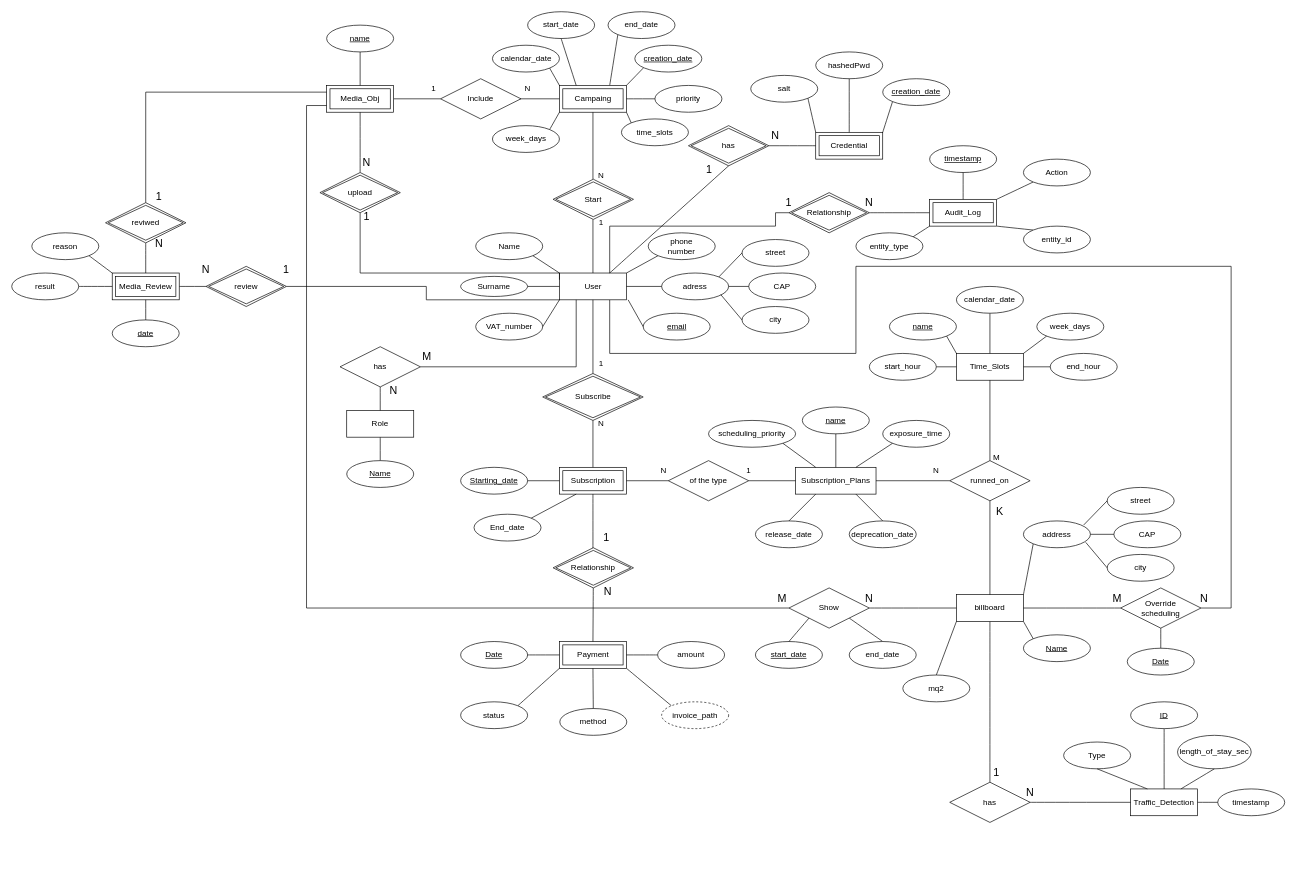
Above: Diagrams/DB_ER_schema.drawio in alessandrocalab/PiazzAD (draw.io), before the change. Source tidied: cells renumbered, new cells numbered last; positions are measured from the earlier drawing's top-left corner, leaving out a move shared by most shapes. Both pictures are drawn from the tidied source at 67%, with x=0, y=0 at pixel (11, 11).
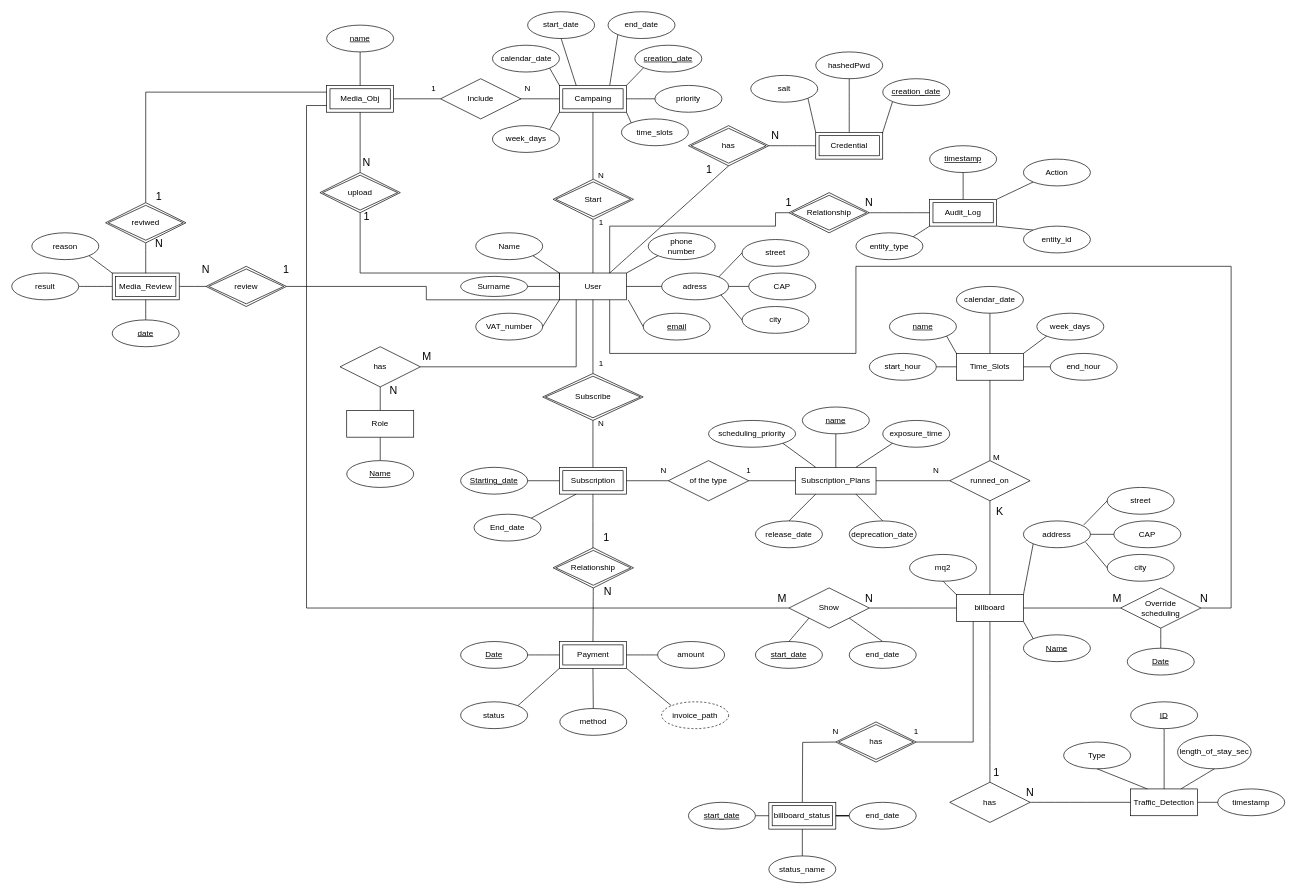
Above is the later version.

Commit message (it also covers changes not shown here):
added exceptions in core and Billboard class

The change refers to these unchanged cells:
```xml
<mxCell id="113" value="billboard" style="whiteSpace=wrap;html=1;align=center;" parent="1" vertex="1">
  <mxGeometry x="1410" y="870" width="100" height="40" as="geometry" />
</mxCell>
```

What changed in the source:
```diff
@@
     <mxCell id="134" value="mq2" style="ellipse;whiteSpace=wrap;html=1;align=center;" parent="1" vertex="1">
-      <mxGeometry x="1330" y="990" width="100" height="40" as="geometry" />
+      <mxGeometry x="1340" y="810" width="100" height="40" as="geometry" />
     </mxCell>
-    <mxCell id="135" style="endArrow=none;html=1;rounded=0;fontSize=12;defaultLabelBackgroundColor=page;startSize=8;endSize=8;curved=1;exitX=0.5;exitY=0;exitDx=0;exitDy=0;entryX=0;entryY=1;entryDx=0;entryDy=0;" parent="1" edge="1" source="134" target="113">
+    <mxCell id="135" style="endArrow=none;html=1;rounded=0;fontSize=12;defaultLabelBackgroundColor=page;startSize=8;endSize=8;curved=1;exitX=0.5;exitY=1;exitDx=0;exitDy=0;entryX=0;entryY=0;entryDx=0;entryDy=0;" parent="1" edge="1" source="134" target="113">
       <mxGeometry relative="1" as="geometry" />
     </mxCell>
@@
+    <mxCell id="208" style="edgeStyle=orthogonalEdgeStyle;rounded=0;orthogonalLoop=1;jettySize=auto;html=1;exitX=0;exitY=0.5;exitDx=0;exitDy=0;entryX=0.5;entryY=0;entryDx=0;entryDy=0;defaultLabelBackgroundColor=page;labelPadding=0 4;endArrow=none;endFill=0;" parent="1" edge="1">
+      <mxGeometry relative="1" as="geometry">
+        <mxPoint x="1230" y="1090" as="sourcePoint" />
+        <mxPoint x="1180" y="1180" as="targetPoint" />
+      </mxGeometry>
+    </mxCell>
+    <mxCell id="209" style="edgeStyle=orthogonalEdgeStyle;rounded=0;jettySize=auto;html=1;exitX=1;exitY=0.5;exitDx=0;exitDy=0;entryX=0.25;entryY=1;entryDx=0;entryDy=0;defaultLabelBackgroundColor=page;labelPadding=0 4;endArrow=none;endFill=0;" parent="1" edge="1" source="210" target="113">
+      <mxGeometry relative="1" as="geometry" />
+    </mxCell>
+    <mxCell id="210" value="has" style="shape=rhombus;double=1;perimeter=rhombusPerimeter;whiteSpace=wrap;html=1;align=center;" parent="1" vertex="1">
+      <mxGeometry x="1230" y="1060" width="120" height="60" as="geometry" />
+    </mxCell>
+    <mxCell id="211" value="billboard_status" style="shape=ext;margin=3;double=1;whiteSpace=wrap;html=1;align=center;" parent="1" vertex="1">
+      <mxGeometry x="1130" y="1180" width="100" height="40" as="geometry" />
+    </mxCell>
+    <mxCell id="212" value="1" style="text;html=1;whiteSpace=wrap;strokeColor=none;fillColor=none;align=center;verticalAlign=middle;rounded=0;" parent="1" vertex="1">
+      <mxGeometry x="1320" y="1060" width="60" height="30" as="geometry" />
+    </mxCell>
+    <mxCell id="213" value="N" style="text;html=1;whiteSpace=wrap;strokeColor=none;fillColor=none;align=center;verticalAlign=middle;rounded=0;" parent="1" vertex="1">
+      <mxGeometry x="1200" y="1060" width="60" height="30" as="geometry" />
+    </mxCell>
+    <mxCell id="214" style="edgeStyle=orthogonalEdgeStyle;rounded=0;jettySize=auto;html=1;exitX=1;exitY=0.5;exitDx=0;exitDy=0;entryX=0;entryY=0.5;entryDx=0;entryDy=0;defaultLabelBackgroundColor=page;labelPadding=0 4;endArrow=none;endFill=0;" parent="1" edge="1" source="215" target="211">
+      <mxGeometry relative="1" as="geometry" />
+    </mxCell>
+    <mxCell id="215" value="start_date" style="ellipse;whiteSpace=wrap;html=1;align=center;fontStyle=20;" parent="1" vertex="1">
+      <mxGeometry x="1010" y="1180" width="100" height="40" as="geometry" />
+    </mxCell>
+    <mxCell id="216" style="edgeStyle=orthogonalEdgeStyle;rounded=0;jettySize=auto;html=1;exitX=0;exitY=0.5;exitDx=0;exitDy=0;defaultLabelBackgroundColor=page;labelPadding=0 4;endArrow=none;endFill=0;" parent="1" edge="1" source="217" target="211">
+      <mxGeometry x="0.67" relative="1" as="geometry" />
+    </mxCell>
+    <mxCell id="217" value="end_date" style="ellipse;whiteSpace=wrap;html=1;align=center;" parent="1" vertex="1">
+      <mxGeometry x="1250" y="1180" width="100" height="40" as="geometry" />
+    </mxCell>
+    <mxCell id="218" style="edgeStyle=orthogonalEdgeStyle;rounded=0;jettySize=auto;html=1;exitX=0.5;exitY=0;exitDx=0;exitDy=0;entryX=0.5;entryY=1;entryDx=0;entryDy=0;defaultLabelBackgroundColor=page;labelPadding=0 4;endArrow=none;endFill=0;" parent="1" edge="1" source="219" target="211">
+      <mxGeometry relative="1" as="geometry" />
+    </mxCell>
+    <mxCell id="219" value="status_name" style="ellipse;whiteSpace=wrap;html=1;align=center;" parent="1" vertex="1">
+      <mxGeometry x="1130" y="1260" width="100" height="40" as="geometry" />
+    </mxCell>
```
